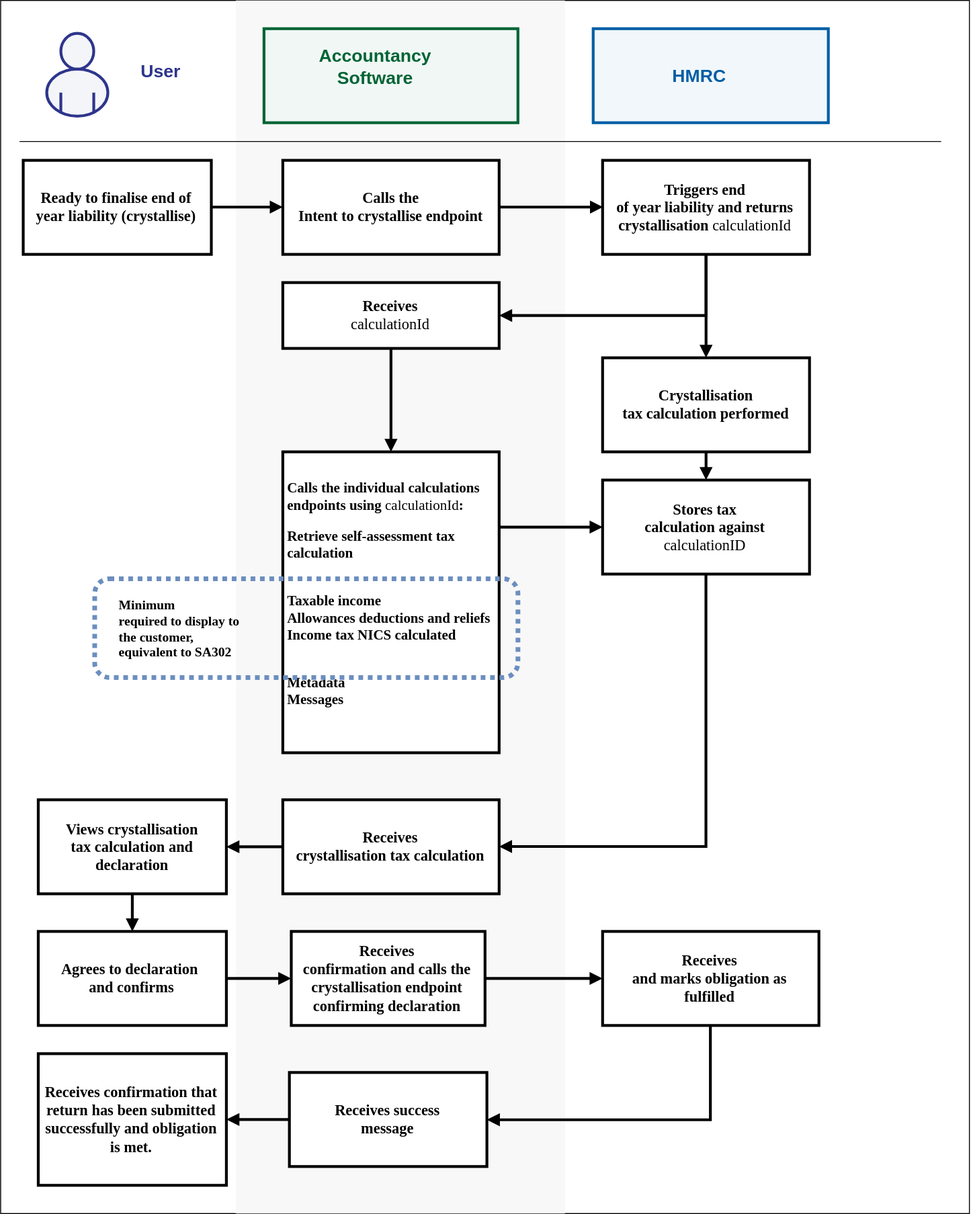
uk-gov-mirror/hmrc.income-tax-mtd-end-to-end-service-guide keeps this draw.io diagram as source/documentation/figures/crystallisation-diagram.svg. Above is the earlier version. Source tidied: cells renumbered, new cells last; positions are measured from the earlier drawing's top-left corner, leaving out a move shared by most shapes.
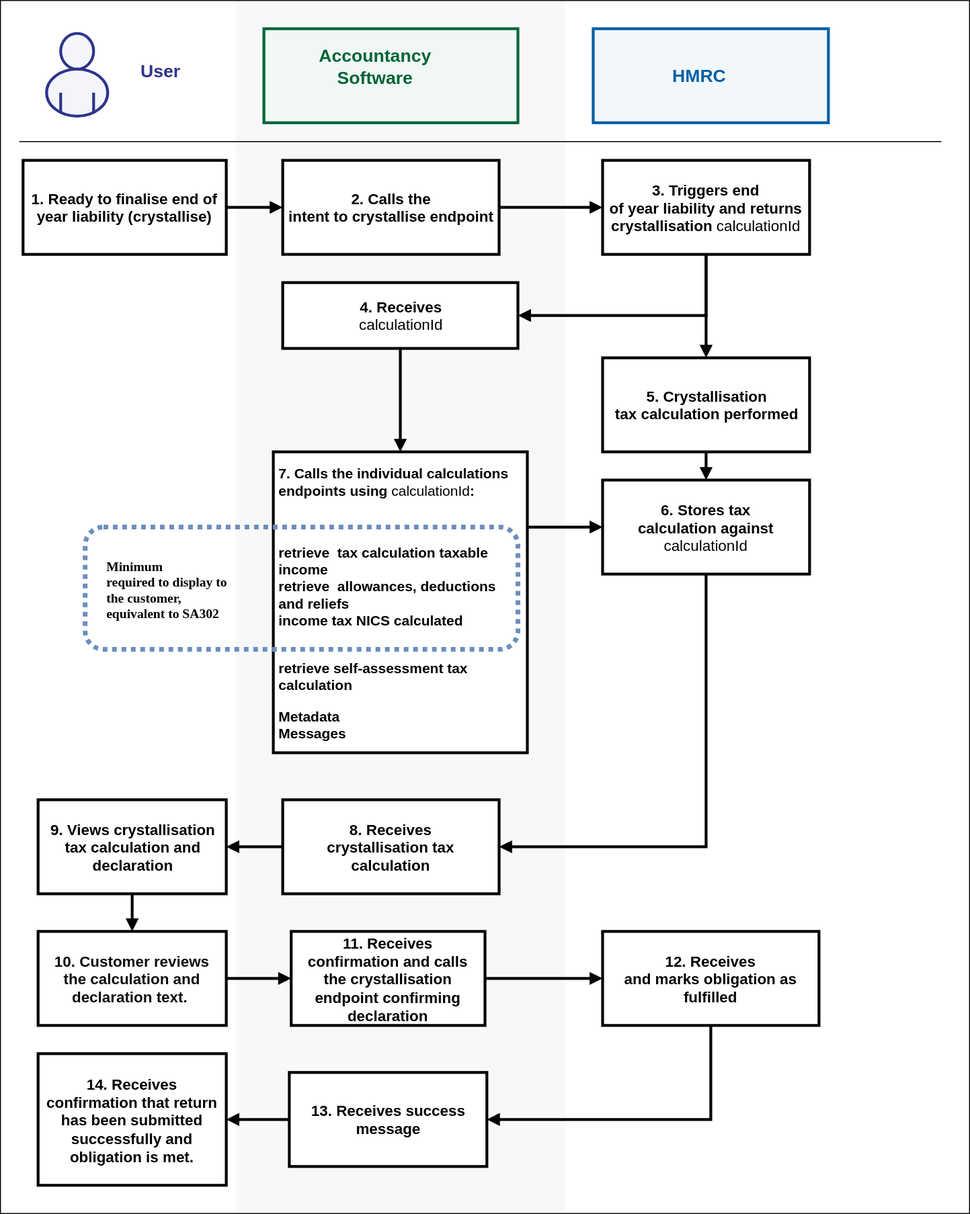
Above is the later version.

Diff of the diagram source:
```diff
@@ -2,12 +2,18 @@
   <root>
     <mxCell id="0" />
     <mxCell id="1" parent="0" />
+    <mxCell id="3" style="rounded=0;whiteSpace=wrap;html=1;comic=0;strokeColor=none;strokeWidth=1;fillColor=#f8f8f8;fontFamily=Helvetica;fontSize=16;fontColor=#333333;" parent="1" vertex="1">
+      <mxGeometry x="250" width="350" height="1290" as="geometry" />
+    </mxCell>
     <mxCell id="2" style="rounded=0;whiteSpace=wrap;html=1;comic=0;strokeColor=#000000;strokeWidth=1;fillColor=none;fontFamily=Helvetica;fontSize=16;fontColor=#2e358b;imageAspect=0;glass=0;shadow=0;" parent="1" vertex="1">
       <mxGeometry width="1030" height="1290" as="geometry" />
     </mxCell>
-    <mxCell id="3" style="rounded=0;whiteSpace=wrap;html=1;comic=0;strokeColor=none;strokeWidth=1;fillColor=#f8f8f8;fontFamily=Helvetica;fontSize=16;fontColor=#333333;" parent="1" vertex="1">
-      <mxGeometry x="250" width="350" height="1290" as="geometry" />
-    </mxCell>
+    <mxCell id="23" value="&lt;p&gt;&lt;/p&gt;&lt;p class=&quot;MsoNormal&quot; style=&quot;font-size: 15px&quot;&gt;&lt;font style=&quot;font-size: 15px&quot;&gt;7. Calls the individual calculations endpoints using &lt;span style=&quot;font-weight: normal&quot;&gt;calculationId&lt;/span&gt;:&lt;/font&gt;&lt;/p&gt;&lt;p class=&quot;MsoNormal&quot; style=&quot;font-size: 15px&quot;&gt;&lt;font style=&quot;font-size: 15px&quot;&gt;&lt;br&gt;&lt;/font&gt;&lt;/p&gt;&lt;p class=&quot;MsoNormal&quot; style=&quot;font-size: 15px&quot;&gt;retrieve&amp;nbsp;&amp;nbsp;&lt;span&gt;tax calculation taxable income&lt;br&gt;&lt;/span&gt;retrieve&amp;nbsp;&amp;nbsp;&lt;span&gt;allowances, deductions and reliefs&lt;br&gt;&lt;/span&gt;&lt;span&gt;income tax NICS calculated&lt;/span&gt;&lt;/p&gt;&lt;p class=&quot;MsoNormal&quot; style=&quot;font-size: 15px&quot;&gt;&lt;span&gt;&lt;br&gt;&lt;/span&gt;&lt;span&gt;retrieve self-assessment tax calculation&lt;/span&gt;&lt;/p&gt;&lt;p class=&quot;MsoNormal&quot; style=&quot;font-size: 15px&quot;&gt;&lt;span&gt;Metadata&lt;br&gt;&lt;/span&gt;&lt;span&gt;Messages&lt;/span&gt;&lt;/p&gt;" style="html=1;whiteSpace=wrap;comic=0;strokeWidth=3;fontFamily=Helvetica;fontStyle=1;rounded=0;fillColor=#FFFFFF;fontSize=16;spacing=4;align=left;direction=south;" parent="1" vertex="1">
+      <mxGeometry x="290" y="480" width="270" height="320" as="geometry" />
+    </mxCell>
+    <mxCell id="26" style="rounded=1;whiteSpace=wrap;html=1;align=left;dashed=1;strokeWidth=5;fillColor=none;strokeColor=#6c8ebf;fontStyle=0;fontSize=16;fontFamily=Helvetica;dashPattern=1 1;" parent="1" vertex="1">
+      <mxGeometry x="90" y="560" width="460" height="130" as="geometry" />
+    </mxCell>
     <mxCell id="4" style="group;" parent="1" vertex="1">
       <mxGeometry x="280" y="40" width="270" height="90" as="geometry" />
     </mxCell>
@@ -46,16 +52,16 @@
         </Array>
       </mxGeometry>
     </mxCell>
-    <mxCell id="14" value="&lt;p class=&quot;MsoNormal&quot;&gt;&lt;span lang=&quot;EN-US&quot;&gt;Ready to finalise end of year&amp;nbsp;&lt;/span&gt;liability&amp;nbsp;(crystallise)&lt;/p&gt;" style="html=1;whiteSpace=wrap;comic=0;strokeWidth=3;fontFamily=GDS Transport Website;fontStyle=1;rounded=0;fillColor=#FFFFFF;fontSize=16;spacing=4;" parent="1" vertex="1">
-      <mxGeometry x="24" y="170" width="200" height="100" as="geometry" />
+    <mxCell id="14" value="&lt;p class=&quot;MsoNormal&quot;&gt;&lt;span lang=&quot;EN-US&quot;&gt;1. Ready to finalise end of year&amp;nbsp;&lt;/span&gt;liability&amp;nbsp;(crystallise)&lt;/p&gt;" style="html=1;whiteSpace=wrap;comic=0;strokeWidth=3;fontFamily=Helvetica;fontStyle=1;rounded=0;fillColor=#FFFFFF;fontSize=16;spacing=4;" parent="1" vertex="1">
+      <mxGeometry x="24" y="170" width="216" height="100" as="geometry" />
     </mxCell>
-    <mxCell id="15" value="&lt;p class=&quot;MsoNormal&quot;&gt;&lt;span lang=&quot;EN-US&quot;&gt;Calls the&lt;br&gt;&lt;a href=&quot;https://developer.service.hmrc.gov.uk/api-documentation/docs/api/service/self-assessment-api/2.0#crystallisation_intent-to-crystallise_post_accordion&quot;&gt;Intent to crystallise &lt;/a&gt;endpoint&lt;/span&gt;&lt;/p&gt;" style="html=1;whiteSpace=wrap;comic=0;strokeWidth=3;fontFamily=GDS Transport Website;fontStyle=1;rounded=0;fillColor=#FFFFFF;fontSize=16;spacing=4;align=center;" parent="1" vertex="1">
+    <mxCell id="15" value="&lt;p class=&quot;MsoNormal&quot;&gt;&lt;span lang=&quot;EN-US&quot;&gt;2. Calls the&lt;br&gt;&lt;a href=&quot;https://developer.service.hmrc.gov.uk/api-documentation/docs/api/service/self-assessment-api/2.0#crystallisation_intent-to-crystallise_post_accordion&quot;&gt;intent to crystallise &lt;/a&gt;endpoint&lt;/span&gt;&lt;/p&gt;" style="html=1;whiteSpace=wrap;comic=0;strokeWidth=3;fontFamily=Helvetica;fontStyle=1;rounded=0;fillColor=#FFFFFF;fontSize=16;spacing=4;align=center;" parent="1" vertex="1">
       <mxGeometry x="300" y="170" width="230" height="100" as="geometry" />
     </mxCell>
-    <mxCell id="16" value="&lt;p class=&quot;MsoNormal&quot;&gt;&lt;span lang=&quot;EN-US&quot;&gt;Triggers end&lt;br&gt;of year liability and returns crystallisation &lt;span style=&quot;font-weight: normal&quot;&gt;calculationId&lt;/span&gt;&lt;/span&gt;&lt;/p&gt;" style="html=1;whiteSpace=wrap;comic=0;strokeWidth=3;fontFamily=GDS Transport Website;fontStyle=1;rounded=0;fillColor=#FFFFFF;fontSize=16;spacing=4;" parent="1" vertex="1">
+    <mxCell id="16" value="&lt;p class=&quot;MsoNormal&quot;&gt;&lt;span lang=&quot;EN-US&quot;&gt;3. Triggers end&lt;br&gt;of year liability and returns crystallisation &lt;span style=&quot;font-weight: normal&quot;&gt;calculationId&lt;/span&gt;&lt;/span&gt;&lt;/p&gt;" style="html=1;whiteSpace=wrap;comic=0;strokeWidth=3;fontFamily=Helvetica;fontStyle=1;rounded=0;fillColor=#FFFFFF;fontSize=16;spacing=4;" parent="1" vertex="1">
       <mxGeometry x="640" y="170" width="220" height="100" as="geometry" />
     </mxCell>
-    <mxCell id="17" value="&lt;p&gt;&lt;/p&gt;&lt;p class=&quot;MsoNormal&quot;&gt;&lt;span lang=&quot;EN-US&quot;&gt;Crystallisation&lt;br&gt;tax calculation performed&lt;/span&gt;&lt;/p&gt;" style="html=1;whiteSpace=wrap;comic=0;strokeWidth=3;fontFamily=GDS Transport Website;fontStyle=1;rounded=0;fillColor=#FFFFFF;fontSize=16;spacing=4;" parent="1" vertex="1">
+    <mxCell id="17" value="&lt;p&gt;&lt;/p&gt;&lt;p class=&quot;MsoNormal&quot;&gt;&lt;span lang=&quot;EN-US&quot;&gt;5. Crystallisation&lt;br&gt;tax calculation performed&lt;/span&gt;&lt;/p&gt;" style="html=1;whiteSpace=wrap;comic=0;strokeWidth=3;fontFamily=Helvetica;fontStyle=1;rounded=0;fillColor=#FFFFFF;fontSize=16;spacing=4;" parent="1" vertex="1">
       <mxGeometry x="640" y="380" width="220" height="100" as="geometry" />
     </mxCell>
     <mxCell id="18" style="ellipse;whiteSpace=wrap;html=1;rounded=0;comic=0;strokeColor=#2e358b;strokeWidth=3;fillColor=#F4F5F9;fontFamily=Helvetica;fontSize=16;fontColor=#2e358b;gradientColor=none;" parent="1" vertex="1">
@@ -79,37 +85,31 @@
     <mxCell id="22" style="edgeStyle=orthogonalEdgeStyle;rounded=0;html=1;jettySize=auto;fontFamily=Helvetica;fontSize=19;fontColor=#2e358b;strokeWidth=3;endArrow=block;endFill=1;exitX=1;exitY=0.5;exitDx=0;exitDy=0;entryX=0;entryY=0.5;entryDx=0;entryDy=0;" parent="1" edge="1" source="15" target="16">
       <mxGeometry relative="1" as="geometry" />
     </mxCell>
-    <mxCell id="23" value="&lt;p&gt;&lt;/p&gt;&lt;p class=&quot;MsoNormal&quot; style=&quot;font-size: 15px&quot;&gt;&lt;font style=&quot;font-size: 15px&quot;&gt;Calls the individual calculations endpoints using &lt;span style=&quot;font-weight: normal&quot;&gt;calculationId&lt;/span&gt;:&lt;/font&gt;&lt;/p&gt;&lt;p class=&quot;MsoNormal&quot; style=&quot;font-size: 15px&quot;&gt;&lt;font style=&quot;font-size: 15px&quot;&gt;Retrieve self-assessment tax calculation&lt;/font&gt;&lt;/p&gt;&lt;p class=&quot;MsoNormal&quot; style=&quot;font-size: 15px&quot;&gt;&lt;font style=&quot;font-size: 15px&quot;&gt;&lt;br&gt;&lt;/font&gt;&lt;span&gt;Taxable income&lt;br&gt;&lt;/span&gt;&lt;span&gt;Allowances deductions and reliefs&lt;br&gt;&lt;/span&gt;&lt;span&gt;Income tax NICS calculated&lt;br&gt;&lt;/span&gt;&lt;span&gt;&lt;br&gt;&lt;/span&gt;&lt;/p&gt;&lt;p class=&quot;MsoNormal&quot; style=&quot;font-size: 15px&quot;&gt;&lt;span&gt;Metadata&lt;br&gt;&lt;/span&gt;&lt;span&gt;Messages&lt;/span&gt;&lt;/p&gt;" style="html=1;whiteSpace=wrap;comic=0;strokeWidth=3;fontFamily=GDS Transport Website;fontStyle=1;rounded=0;fillColor=#FFFFFF;fontSize=16;spacing=4;align=left;direction=south;" parent="1" vertex="1">
-      <mxGeometry x="300" y="480" width="230" height="320" as="geometry" />
-    </mxCell>
-    <mxCell id="24" value="&lt;p&gt;&lt;/p&gt;&lt;p class=&quot;MsoNormal&quot;&gt;&lt;span lang=&quot;EN-US&quot;&gt;Receives confirmation that return has been submitted successfully and obligation is met.&lt;/span&gt;&lt;/p&gt;" style="html=1;whiteSpace=wrap;comic=0;strokeWidth=3;fontFamily=GDS Transport Website;fontStyle=1;rounded=0;fillColor=#FFFFFF;fontSize=16;spacing=4;" parent="1" vertex="1">
+    <mxCell id="24" value="&lt;p&gt;&lt;/p&gt;&lt;p class=&quot;MsoNormal&quot;&gt;&lt;span lang=&quot;EN-US&quot;&gt;14. Receives confirmation that return has been submitted successfully and obligation is met.&lt;/span&gt;&lt;/p&gt;" style="html=1;whiteSpace=wrap;comic=0;strokeWidth=3;fontFamily=Helvetica;fontStyle=1;rounded=0;fillColor=#FFFFFF;fontSize=16;spacing=4;" parent="1" vertex="1">
       <mxGeometry x="40" y="1120" width="200" height="140" as="geometry" />
     </mxCell>
     <mxCell id="25" value="&lt;p class=&quot;MsoNormal&quot; style=&quot;font-size: 14px&quot;&gt;&lt;span lang=&quot;EN-US&quot;&gt;Minimum&lt;br&gt;required to display to the customer, equivalent to SA302&lt;/span&gt;&lt;/p&gt;" style="text;html=1;strokeColor=none;fillColor=none;align=left;verticalAlign=middle;whiteSpace=wrap;rounded=0;fontStyle=1;fontFamily=GDS Transport Website;" parent="1" vertex="1">
-      <mxGeometry x="124" y="641" width="139" height="53" as="geometry" />
+      <mxGeometry x="111" y="600" width="139" height="53" as="geometry" />
     </mxCell>
-    <mxCell id="26" style="rounded=1;whiteSpace=wrap;html=1;align=left;dashed=1;strokeWidth=5;fillColor=none;strokeColor=#6c8ebf;fontStyle=0;fontSize=16;fontFamily=GDS Transport Website;dashPattern=1 1;" parent="1" vertex="1">
-      <mxGeometry x="100" y="615" width="450" height="105" as="geometry" />
-    </mxCell>
-    <mxCell id="27" value="&lt;p&gt;&lt;/p&gt;&lt;p class=&quot;MsoNormal&quot;&gt;&lt;span lang=&quot;EN-US&quot;&gt;Receives&lt;br&gt;&lt;span style=&quot;font-weight: normal&quot;&gt;calculationId&lt;/span&gt;&lt;/span&gt;&lt;/p&gt;" style="html=1;whiteSpace=wrap;comic=0;strokeWidth=3;fontFamily=GDS Transport Website;fontStyle=1;rounded=0;fillColor=#FFFFFF;fontSize=16;spacing=4;" parent="1" vertex="1">
-      <mxGeometry x="300" y="300" width="230" height="70" as="geometry" />
+    <mxCell id="27" value="&lt;p&gt;&lt;/p&gt;&lt;p class=&quot;MsoNormal&quot;&gt;&lt;span lang=&quot;EN-US&quot;&gt;4. Receives&lt;br&gt;&lt;span style=&quot;font-weight: normal&quot;&gt;calculationId&lt;/span&gt;&lt;/span&gt;&lt;/p&gt;" style="html=1;whiteSpace=wrap;comic=0;strokeWidth=3;fontFamily=Helvetica;fontStyle=1;rounded=0;fillColor=#FFFFFF;fontSize=16;spacing=4;" parent="1" vertex="1">
+      <mxGeometry x="300" y="300" width="250" height="70" as="geometry" />
     </mxCell>
-    <mxCell id="28" value="&lt;p&gt;&lt;/p&gt;&lt;p class=&quot;MsoNormal&quot;&gt;&lt;span lang=&quot;EN-US&quot;&gt;Receives&lt;br&gt;crystallisation tax calculation&lt;/span&gt;&lt;/p&gt;" style="html=1;whiteSpace=wrap;comic=0;strokeWidth=3;fontFamily=GDS Transport Website;fontStyle=1;rounded=0;fillColor=#FFFFFF;fontSize=16;spacing=4;" parent="1" vertex="1">
+    <mxCell id="28" value="&lt;p&gt;&lt;/p&gt;&lt;p class=&quot;MsoNormal&quot;&gt;&lt;span lang=&quot;EN-US&quot;&gt;8. Receives&lt;br&gt;crystallisation tax calculation&lt;/span&gt;&lt;/p&gt;" style="html=1;whiteSpace=wrap;comic=0;strokeWidth=3;fontFamily=Helvetica;fontStyle=1;rounded=0;fillColor=#FFFFFF;fontSize=16;spacing=4;" parent="1" vertex="1">
       <mxGeometry x="300" y="850" width="230" height="100" as="geometry" />
     </mxCell>
-    <mxCell id="29" value="&lt;p&gt;&lt;/p&gt;&lt;p class=&quot;MsoNormal&quot;&gt;Agrees to declaration&amp;nbsp;&lt;br&gt;and confirms&lt;br&gt;&lt;/p&gt;" style="html=1;whiteSpace=wrap;comic=0;strokeWidth=3;fontFamily=GDS Transport Website;fontStyle=1;rounded=0;fillColor=#FFFFFF;fontSize=16;spacing=4;" parent="1" vertex="1">
+    <mxCell id="29" value="&lt;span style=&quot;font-size: 12.0pt ; line-height: 107% ; font-family: &amp;#34;arial&amp;#34; , sans-serif ; color: #0b0c0c&quot;&gt;10. Customer reviews the calculation and declaration text.&amp;nbsp;&lt;/span&gt;" style="html=1;whiteSpace=wrap;comic=0;strokeWidth=3;fontFamily=Helvetica;fontStyle=1;rounded=0;fillColor=#FFFFFF;fontSize=16;spacing=4;" parent="1" vertex="1">
       <mxGeometry x="40" y="990" width="200" height="100" as="geometry" />
     </mxCell>
-    <mxCell id="30" value="&lt;p&gt;&lt;/p&gt;&lt;p class=&quot;MsoNormal&quot;&gt;&lt;span lang=&quot;EN-US&quot;&gt;Stores tax&lt;br&gt;calculation against &lt;span style=&quot;font-weight: normal&quot;&gt;calculationID&lt;/span&gt;&lt;/span&gt;&lt;/p&gt;" style="html=1;whiteSpace=wrap;comic=0;strokeWidth=3;fontFamily=GDS Transport Website;fontStyle=1;rounded=0;fillColor=#FFFFFF;fontSize=16;spacing=4;" parent="1" vertex="1">
+    <mxCell id="30" value="&lt;p&gt;&lt;/p&gt;&lt;p class=&quot;MsoNormal&quot;&gt;&lt;span lang=&quot;EN-US&quot;&gt;6. Stores tax&lt;br&gt;calculation against &lt;span style=&quot;font-weight: normal&quot;&gt;calculationId&lt;/span&gt;&lt;/span&gt;&lt;/p&gt;" style="html=1;whiteSpace=wrap;comic=0;strokeWidth=3;fontFamily=Helvetica;fontStyle=1;rounded=0;fillColor=#FFFFFF;fontSize=16;spacing=4;" parent="1" vertex="1">
       <mxGeometry x="640" y="510" width="220" height="100" as="geometry" />
     </mxCell>
-    <mxCell id="31" value="&lt;p&gt;&lt;/p&gt;&lt;p class=&quot;MsoNormal&quot;&gt;&lt;span lang=&quot;EN-US&quot;&gt;Receives&lt;br&gt;confirmation and calls the crystallisation endpoint confirming declaration&lt;/span&gt;&lt;/p&gt;" style="html=1;whiteSpace=wrap;comic=0;strokeWidth=3;fontFamily=GDS Transport Website;fontStyle=1;rounded=0;fillColor=#FFFFFF;fontSize=16;spacing=4;" parent="1" vertex="1">
+    <mxCell id="31" value="&lt;p&gt;&lt;/p&gt;&lt;p class=&quot;MsoNormal&quot;&gt;&lt;span lang=&quot;EN-US&quot;&gt;11. Receives&lt;br&gt;confirmation and calls the crystallisation endpoint confirming declaration&lt;/span&gt;&lt;/p&gt;" style="html=1;whiteSpace=wrap;comic=0;strokeWidth=3;fontFamily=Helvetica;fontStyle=1;rounded=0;fillColor=#FFFFFF;fontSize=16;spacing=4;" parent="1" vertex="1">
       <mxGeometry x="309" y="990" width="206" height="100" as="geometry" />
     </mxCell>
-    <mxCell id="32" value="&lt;p&gt;&lt;/p&gt;&lt;p class=&quot;MsoNormal&quot;&gt;&lt;span lang=&quot;EN-US&quot;&gt;Receives success&lt;br&gt;message&lt;/span&gt;&lt;/p&gt;" style="html=1;whiteSpace=wrap;comic=0;strokeWidth=3;fontFamily=GDS Transport Website;fontStyle=1;rounded=0;fillColor=#FFFFFF;fontSize=16;spacing=4;" parent="1" vertex="1">
+    <mxCell id="32" value="&lt;p&gt;&lt;/p&gt;&lt;p class=&quot;MsoNormal&quot;&gt;&lt;span lang=&quot;EN-US&quot;&gt;13. Receives success&lt;br&gt;message&lt;/span&gt;&lt;/p&gt;" style="html=1;whiteSpace=wrap;comic=0;strokeWidth=3;fontFamily=Helvetica;fontStyle=1;rounded=0;fillColor=#FFFFFF;fontSize=16;spacing=4;" parent="1" vertex="1">
       <mxGeometry x="307" y="1140" width="210" height="100" as="geometry" />
     </mxCell>
-    <mxCell id="33" value="&lt;p&gt;&lt;/p&gt;&lt;p class=&quot;MsoNormal&quot;&gt;&lt;span lang=&quot;EN-US&quot;&gt;Receives&lt;br&gt;and marks obligation as fulfilled&lt;/span&gt;&lt;/p&gt;" style="html=1;whiteSpace=wrap;comic=0;strokeWidth=3;fontFamily=GDS Transport Website;fontStyle=1;rounded=0;fillColor=#FFFFFF;fontSize=16;spacing=4;" parent="1" vertex="1">
+    <mxCell id="33" value="&lt;p&gt;&lt;/p&gt;&lt;p class=&quot;MsoNormal&quot;&gt;&lt;span lang=&quot;EN-US&quot;&gt;12. Receives&lt;br&gt;and marks obligation as fulfilled&lt;/span&gt;&lt;/p&gt;" style="html=1;whiteSpace=wrap;comic=0;strokeWidth=3;fontFamily=Helvetica;fontStyle=1;rounded=0;fillColor=#FFFFFF;fontSize=16;spacing=4;" parent="1" vertex="1">
       <mxGeometry x="640" y="990" width="230" height="100" as="geometry" />
     </mxCell>
     <mxCell id="34" style="rounded=0;html=1;jettySize=auto;fontFamily=Helvetica;fontSize=19;fontColor=#2e358b;strokeWidth=3;endArrow=block;endFill=1;entryX=1;entryY=0.5;entryDx=0;entryDy=0;exitX=0.5;exitY=1;exitDx=0;exitDy=0;" parent="1" edge="1" source="16" target="27">
@@ -125,7 +125,7 @@
     <mxCell id="36" style="rounded=0;html=1;jettySize=auto;fontFamily=Helvetica;fontSize=19;fontColor=#2e358b;strokeWidth=3;endArrow=block;endFill=1;exitX=0.5;exitY=1;exitDx=0;exitDy=0;entryX=0.5;entryY=0;entryDx=0;entryDy=0;" parent="1" edge="1" source="17" target="30">
       <mxGeometry relative="1" as="geometry" />
     </mxCell>
-    <mxCell id="37" value="&lt;p&gt;&lt;/p&gt;&lt;p class=&quot;MsoNormal&quot;&gt;&lt;span lang=&quot;EN-US&quot;&gt;Views crystallisation&lt;br&gt;tax calculation&amp;nbsp;&lt;/span&gt;&lt;span&gt;and&lt;br&gt;declaration&lt;/span&gt;&lt;/p&gt;" style="html=1;whiteSpace=wrap;comic=0;strokeWidth=3;fontFamily=GDS Transport Website;fontStyle=1;rounded=0;fillColor=#FFFFFF;fontSize=16;spacing=4;" parent="1" vertex="1">
+    <mxCell id="37" value="&lt;p&gt;&lt;/p&gt;&lt;p class=&quot;MsoNormal&quot;&gt;&lt;span lang=&quot;EN-US&quot;&gt;9. Views crystallisation&lt;br&gt;tax calculation&amp;nbsp;&lt;/span&gt;&lt;span&gt;and&lt;br&gt;declaration&lt;/span&gt;&lt;/p&gt;" style="html=1;whiteSpace=wrap;comic=0;strokeWidth=3;fontFamily=Helvetica;fontStyle=1;rounded=0;fillColor=#FFFFFF;fontSize=16;spacing=4;" parent="1" vertex="1">
       <mxGeometry x="40" y="850" width="200" height="100" as="geometry" />
     </mxCell>
     <mxCell id="38" style="endArrow=block;html=1;fontFamily=Helvetica;fontSize=19;entryX=0;entryY=0.5;entryDx=0;entryDy=0;exitX=1;exitY=0.5;exitDx=0;exitDy=0;rounded=0;fontColor=#2e358b;strokeWidth=3;endFill=1;" parent="1" edge="1" source="29" target="31">
```
